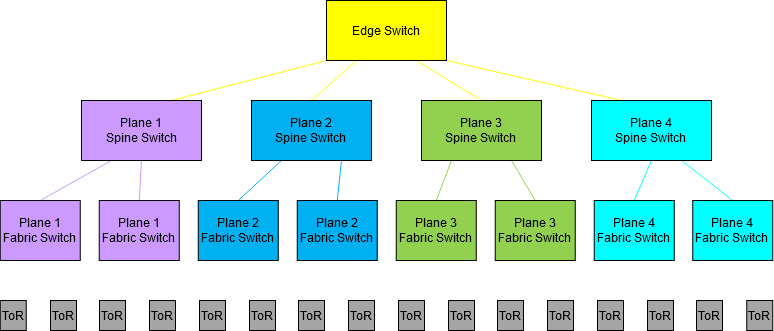
Before: google-facebook-dcn/images/Facebook_2d_abstract.png, a diagram exported from draw.io (pantelis/cs652-1). Source tidied: cells renumbered, new cells last; positions are measured from the earlier drawing's top-left corner, leaving out a move shared by most shapes. The source it was exported from:
```xml
<mxGraphModel>
  <root>
    <mxCell id="0" />
    <mxCell id="1" parent="0" />
    <mxCell id="2" style="rounded=0;jettySize=auto;html=1;exitX=0;exitY=1;exitDx=0;exitDy=0;entryX=0.75;entryY=0;entryDx=0;entryDy=0;endArrow=none;endFill=0;strokeColor=#FFFE00;" parent="1" edge="1" source="6" target="9">
      <mxGeometry relative="1" as="geometry" />
    </mxCell>
    <mxCell id="3" style="edgeStyle=none;rounded=0;jettySize=auto;html=1;exitX=0.25;exitY=1;exitDx=0;exitDy=0;entryX=0.5;entryY=0;entryDx=0;entryDy=0;endArrow=none;endFill=0;strokeColor=#FFFE00;" parent="1" edge="1" source="6" target="12">
      <mxGeometry relative="1" as="geometry" />
    </mxCell>
    <mxCell id="4" style="rounded=0;jettySize=auto;html=1;exitX=0.75;exitY=1;exitDx=0;exitDy=0;entryX=0.5;entryY=0;entryDx=0;entryDy=0;endArrow=none;endFill=0;strokeColor=#FFFE00;" parent="1" edge="1" source="6" target="15">
      <mxGeometry relative="1" as="geometry" />
    </mxCell>
    <mxCell id="5" style="rounded=0;jettySize=auto;html=1;exitX=1;exitY=1;exitDx=0;exitDy=0;entryX=0.25;entryY=0;entryDx=0;entryDy=0;endArrow=none;endFill=0;strokeColor=#FFFE00;" parent="1" edge="1" source="6" target="18">
      <mxGeometry relative="1" as="geometry" />
    </mxCell>
    <mxCell id="6" value="Edge Switch" style="rounded=0;whiteSpace=wrap;html=1;fillColor=#FFFE00;" parent="1" vertex="1">
      <mxGeometry x="326" width="120" height="60" as="geometry" />
    </mxCell>
    <mxCell id="7" style="rounded=0;jettySize=auto;html=1;exitX=0.25;exitY=1;exitDx=0;exitDy=0;entryX=0.5;entryY=0;entryDx=0;entryDy=0;endArrow=none;endFill=0;strokeColor=#CC99FE;" parent="1" edge="1" source="9" target="19">
      <mxGeometry relative="1" as="geometry" />
    </mxCell>
    <mxCell id="8" style="rounded=0;jettySize=auto;html=1;exitX=0.5;exitY=1;exitDx=0;exitDy=0;entryX=0.5;entryY=0;entryDx=0;entryDy=0;endArrow=none;endFill=0;strokeColor=#CC99FE;" parent="1" edge="1" source="9" target="20">
      <mxGeometry relative="1" as="geometry" />
    </mxCell>
    <mxCell id="9" value="&lt;div&gt;Plane 1&lt;br&gt;&lt;/div&gt;&lt;div&gt;Spine Switch&lt;/div&gt;" style="rounded=0;whiteSpace=wrap;html=1;fillColor=#CC99FE;" parent="1" vertex="1">
      <mxGeometry x="81" y="100" width="120" height="60" as="geometry" />
    </mxCell>
    <mxCell id="10" style="rounded=0;jettySize=auto;html=1;exitX=0.25;exitY=1;exitDx=0;exitDy=0;entryX=0.5;entryY=0;entryDx=0;entryDy=0;endArrow=none;endFill=0;strokeColor=#00B0F1;" parent="1" edge="1" source="12" target="21">
      <mxGeometry relative="1" as="geometry" />
    </mxCell>
    <mxCell id="11" style="rounded=0;jettySize=auto;html=1;exitX=0.75;exitY=1;exitDx=0;exitDy=0;entryX=0.5;entryY=0;entryDx=0;entryDy=0;endArrow=none;endFill=0;strokeColor=#00B0F1;" parent="1" edge="1" source="12" target="22">
      <mxGeometry relative="1" as="geometry" />
    </mxCell>
    <mxCell id="12" value="&lt;div&gt;Plane 2&lt;/div&gt;&lt;div&gt;Spine Switch&lt;br&gt;&lt;/div&gt;" style="rounded=0;whiteSpace=wrap;html=1;fillColor=#00B0F1;" parent="1" vertex="1">
      <mxGeometry x="251" y="100" width="120" height="60" as="geometry" />
    </mxCell>
    <mxCell id="13" style="rounded=0;jettySize=auto;html=1;exitX=0.25;exitY=1;exitDx=0;exitDy=0;entryX=0.5;entryY=0;entryDx=0;entryDy=0;endArrow=none;endFill=0;strokeColor=#91D14F;" parent="1" edge="1" source="15" target="23">
      <mxGeometry relative="1" as="geometry" />
    </mxCell>
    <mxCell id="14" style="edgeStyle=none;rounded=0;jettySize=auto;html=1;exitX=0.75;exitY=1;exitDx=0;exitDy=0;entryX=0.5;entryY=0;entryDx=0;entryDy=0;endArrow=none;endFill=0;strokeColor=#91D14F;" parent="1" edge="1" source="15" target="24">
      <mxGeometry relative="1" as="geometry" />
    </mxCell>
    <mxCell id="15" value="&lt;div&gt;Plane 3&lt;/div&gt;&lt;div&gt;Spine Switch&lt;br&gt;&lt;/div&gt;" style="rounded=0;whiteSpace=wrap;html=1;fillColor=#91D14F;" parent="1" vertex="1">
      <mxGeometry x="421" y="100" width="120" height="60" as="geometry" />
    </mxCell>
    <mxCell id="16" style="rounded=0;jettySize=auto;html=1;exitX=0.5;exitY=1;exitDx=0;exitDy=0;entryX=0.5;entryY=0;entryDx=0;entryDy=0;endArrow=none;endFill=0;strokeColor=#00FFFF;" parent="1" edge="1" source="18" target="25">
      <mxGeometry relative="1" as="geometry" />
    </mxCell>
    <mxCell id="17" style="rounded=0;jettySize=auto;html=1;exitX=0.75;exitY=1;exitDx=0;exitDy=0;entryX=0.5;entryY=0;entryDx=0;entryDy=0;endArrow=none;endFill=0;strokeColor=#00FFFF;" parent="1" edge="1" source="18" target="26">
      <mxGeometry relative="1" as="geometry" />
    </mxCell>
    <mxCell id="18" value="&lt;div&gt;Plane 4&lt;/div&gt;&lt;div&gt;Spine Switch&lt;br&gt;&lt;/div&gt;" style="rounded=0;whiteSpace=wrap;html=1;fillColor=#00FFFF;" parent="1" vertex="1">
      <mxGeometry x="591" y="100" width="120" height="60" as="geometry" />
    </mxCell>
    <mxCell id="19" value="&lt;div&gt;Plane 1&lt;br&gt;&lt;/div&gt;&lt;div&gt;Fabric Switch&lt;br&gt;&lt;/div&gt;" style="rounded=0;whiteSpace=wrap;html=1;fillColor=#CC99FE;" parent="1" vertex="1">
      <mxGeometry x="-0.2" y="200" width="80" height="60" as="geometry" />
    </mxCell>
    <mxCell id="20" value="&lt;div&gt;Plane 1&lt;br&gt;&lt;/div&gt;&lt;div&gt;Fabric Switch&lt;br&gt;&lt;/div&gt;" style="rounded=0;whiteSpace=wrap;html=1;fillColor=#CC99FE;" parent="1" vertex="1">
      <mxGeometry x="98.8" y="200" width="80" height="60" as="geometry" />
    </mxCell>
    <mxCell id="21" value="&lt;div&gt;Plane 2&lt;br&gt;&lt;/div&gt;&lt;div&gt;Fabric Switch&lt;br&gt;&lt;/div&gt;" style="rounded=0;whiteSpace=wrap;html=1;fillColor=#00B0F1;" parent="1" vertex="1">
      <mxGeometry x="197.8" y="200" width="80" height="60" as="geometry" />
    </mxCell>
    <mxCell id="22" value="&lt;div&gt;Plane 2&lt;br&gt;&lt;/div&gt;&lt;div&gt;Fabric Switch&lt;br&gt;&lt;/div&gt;" style="rounded=0;whiteSpace=wrap;html=1;fillColor=#00B0F1;" parent="1" vertex="1">
      <mxGeometry x="296.8" y="200" width="80" height="60" as="geometry" />
    </mxCell>
    <mxCell id="23" value="&lt;div&gt;Plane 3&lt;br&gt;&lt;/div&gt;&lt;div&gt;Fabric Switch&lt;br&gt;&lt;/div&gt;" style="rounded=0;whiteSpace=wrap;html=1;fillColor=#91D14F;" parent="1" vertex="1">
      <mxGeometry x="395.8" y="200" width="80" height="60" as="geometry" />
    </mxCell>
    <mxCell id="24" value="&lt;div&gt;Plane 3&lt;br&gt;&lt;/div&gt;&lt;div&gt;Fabric Switch&lt;br&gt;&lt;/div&gt;" style="rounded=0;whiteSpace=wrap;html=1;fillColor=#91D14F;" parent="1" vertex="1">
      <mxGeometry x="494.8" y="200" width="80" height="60" as="geometry" />
    </mxCell>
    <mxCell id="25" value="&lt;div&gt;Plane 4&lt;br&gt;&lt;/div&gt;&lt;div&gt;Fabric Switch&lt;br&gt;&lt;/div&gt;" style="rounded=0;whiteSpace=wrap;html=1;fillColor=#00FFFF;" parent="1" vertex="1">
      <mxGeometry x="593.8" y="200" width="80" height="60" as="geometry" />
    </mxCell>
    <mxCell id="26" value="&lt;div&gt;Plane 4&lt;br&gt;&lt;/div&gt;&lt;div&gt;Fabric Switch&lt;br&gt;&lt;/div&gt;" style="rounded=0;whiteSpace=wrap;html=1;fillColor=#00FFFF;" parent="1" vertex="1">
      <mxGeometry x="692.2" y="200" width="80" height="60" as="geometry" />
    </mxCell>
    <mxCell id="27" value="ToR" style="rounded=0;whiteSpace=wrap;html=1;fillColor=#A5A5A5;" parent="1" vertex="1">
      <mxGeometry x="-0.2" y="300" width="26" height="30" as="geometry" />
    </mxCell>
    <mxCell id="28" value="ToR" style="rounded=0;whiteSpace=wrap;html=1;fillColor=#A5A5A5;" parent="1" vertex="1">
      <mxGeometry x="50" y="300" width="26" height="30" as="geometry" />
    </mxCell>
    <mxCell id="29" value="ToR" style="rounded=0;whiteSpace=wrap;html=1;fillColor=#A5A5A5;" parent="1" vertex="1">
      <mxGeometry x="99" y="300" width="26" height="30" as="geometry" />
    </mxCell>
    <mxCell id="30" value="ToR" style="rounded=0;whiteSpace=wrap;html=1;fillColor=#A5A5A5;" parent="1" vertex="1">
      <mxGeometry x="149" y="300" width="26" height="30" as="geometry" />
    </mxCell>
    <mxCell id="31" value="ToR" style="rounded=0;whiteSpace=wrap;html=1;fillColor=#A5A5A5;" parent="1" vertex="1">
      <mxGeometry x="199" y="300" width="26" height="30" as="geometry" />
    </mxCell>
    <mxCell id="32" value="ToR" style="rounded=0;whiteSpace=wrap;html=1;fillColor=#A5A5A5;" parent="1" vertex="1">
      <mxGeometry x="249" y="300" width="26" height="30" as="geometry" />
    </mxCell>
    <mxCell id="33" value="ToR" style="rounded=0;whiteSpace=wrap;html=1;fillColor=#A5A5A5;" parent="1" vertex="1">
      <mxGeometry x="298" y="300" width="26" height="30" as="geometry" />
    </mxCell>
    <mxCell id="34" value="ToR" style="rounded=0;whiteSpace=wrap;html=1;fillColor=#A5A5A5;" parent="1" vertex="1">
      <mxGeometry x="348" y="300" width="26" height="30" as="geometry" />
    </mxCell>
    <mxCell id="35" value="ToR" style="rounded=0;whiteSpace=wrap;html=1;fillColor=#A5A5A5;" parent="1" vertex="1">
      <mxGeometry x="398" y="300" width="26" height="30" as="geometry" />
    </mxCell>
    <mxCell id="36" value="ToR" style="rounded=0;whiteSpace=wrap;html=1;fillColor=#A5A5A5;" parent="1" vertex="1">
      <mxGeometry x="448" y="300" width="26" height="30" as="geometry" />
    </mxCell>
    <mxCell id="37" value="ToR" style="rounded=0;whiteSpace=wrap;html=1;fillColor=#A5A5A5;" parent="1" vertex="1">
      <mxGeometry x="497" y="300" width="26" height="30" as="geometry" />
    </mxCell>
    <mxCell id="38" value="ToR" style="rounded=0;whiteSpace=wrap;html=1;fillColor=#A5A5A5;" parent="1" vertex="1">
      <mxGeometry x="547" y="300" width="26" height="30" as="geometry" />
    </mxCell>
    <mxCell id="39" value="ToR" style="rounded=0;whiteSpace=wrap;html=1;fillColor=#A5A5A5;" parent="1" vertex="1">
      <mxGeometry x="597" y="300" width="26" height="30" as="geometry" />
    </mxCell>
    <mxCell id="40" value="ToR" style="rounded=0;whiteSpace=wrap;html=1;fillColor=#A5A5A5;" parent="1" vertex="1">
      <mxGeometry x="647" y="300" width="26" height="30" as="geometry" />
    </mxCell>
    <mxCell id="41" value="ToR" style="rounded=0;whiteSpace=wrap;html=1;fillColor=#A5A5A5;" parent="1" vertex="1">
      <mxGeometry x="696" y="300" width="26" height="30" as="geometry" />
    </mxCell>
    <mxCell id="42" value="ToR" style="rounded=0;whiteSpace=wrap;html=1;fillColor=#A5A5A5;" parent="1" vertex="1">
      <mxGeometry x="746.2" y="300" width="26" height="30" as="geometry" />
    </mxCell>
  </root>
</mxGraphModel>
```
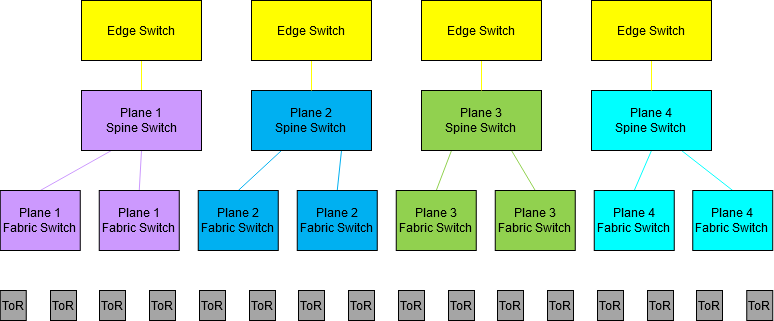
The same file after the commit.

Diff of the diagram source:
```diff
@@ -2,20 +2,11 @@
   <root>
     <mxCell id="0" />
     <mxCell id="1" parent="0" />
-    <mxCell id="2" style="rounded=0;jettySize=auto;html=1;exitX=0;exitY=1;exitDx=0;exitDy=0;entryX=0.75;entryY=0;entryDx=0;entryDy=0;endArrow=none;endFill=0;strokeColor=#FFFE00;" parent="1" edge="1" source="6" target="9">
+    <mxCell id="2" style="rounded=0;jettySize=auto;html=1;exitX=0.5;exitY=1;exitDx=0;exitDy=0;entryX=0.5;entryY=0;entryDx=0;entryDy=0;endArrow=none;endFill=0;strokeColor=#FFFE00;" parent="1" edge="1" source="6" target="9">
       <mxGeometry relative="1" as="geometry" />
     </mxCell>
-    <mxCell id="3" style="edgeStyle=none;rounded=0;jettySize=auto;html=1;exitX=0.25;exitY=1;exitDx=0;exitDy=0;entryX=0.5;entryY=0;entryDx=0;entryDy=0;endArrow=none;endFill=0;strokeColor=#FFFE00;" parent="1" edge="1" source="6" target="12">
-      <mxGeometry relative="1" as="geometry" />
-    </mxCell>
-    <mxCell id="4" style="rounded=0;jettySize=auto;html=1;exitX=0.75;exitY=1;exitDx=0;exitDy=0;entryX=0.5;entryY=0;entryDx=0;entryDy=0;endArrow=none;endFill=0;strokeColor=#FFFE00;" parent="1" edge="1" source="6" target="15">
-      <mxGeometry relative="1" as="geometry" />
-    </mxCell>
-    <mxCell id="5" style="rounded=0;jettySize=auto;html=1;exitX=1;exitY=1;exitDx=0;exitDy=0;entryX=0.25;entryY=0;entryDx=0;entryDy=0;endArrow=none;endFill=0;strokeColor=#FFFE00;" parent="1" edge="1" source="6" target="18">
-      <mxGeometry relative="1" as="geometry" />
-    </mxCell>
     <mxCell id="6" value="Edge Switch" style="rounded=0;whiteSpace=wrap;html=1;fillColor=#FFFE00;" parent="1" vertex="1">
-      <mxGeometry x="326" width="120" height="60" as="geometry" />
+      <mxGeometry x="81" y="10" width="120" height="60" as="geometry" />
     </mxCell>
     <mxCell id="7" style="rounded=0;jettySize=auto;html=1;exitX=0.25;exitY=1;exitDx=0;exitDy=0;entryX=0.5;entryY=0;entryDx=0;entryDy=0;endArrow=none;endFill=0;strokeColor=#CC99FE;" parent="1" edge="1" source="9" target="19">
       <mxGeometry relative="1" as="geometry" />
@@ -125,5 +116,23 @@
     <mxCell id="42" value="ToR" style="rounded=0;whiteSpace=wrap;html=1;fillColor=#A5A5A5;" parent="1" vertex="1">
       <mxGeometry x="746.2" y="300" width="26" height="30" as="geometry" />
     </mxCell>
+    <mxCell id="43" style="edgeStyle=none;rounded=0;jettySize=auto;html=1;exitX=0.5;exitY=1;exitDx=0;exitDy=0;entryX=0.5;entryY=0;entryDx=0;entryDy=0;endArrow=none;endFill=0;strokeColor=#FFFE00;" parent="1" edge="1" source="44" target="12">
+      <mxGeometry relative="1" as="geometry" />
+    </mxCell>
+    <mxCell id="44" value="Edge Switch" style="rounded=0;whiteSpace=wrap;html=1;fillColor=#FFFE00;" parent="1" vertex="1">
+      <mxGeometry x="251" y="10" width="120" height="60" as="geometry" />
+    </mxCell>
+    <mxCell id="45" style="edgeStyle=none;rounded=0;jettySize=auto;html=1;exitX=0.5;exitY=1;exitDx=0;exitDy=0;entryX=0.5;entryY=0;entryDx=0;entryDy=0;endArrow=none;endFill=0;strokeColor=#FFFE00;" parent="1" edge="1" source="46" target="15">
+      <mxGeometry relative="1" as="geometry" />
+    </mxCell>
+    <mxCell id="46" value="Edge Switch" style="rounded=0;whiteSpace=wrap;html=1;fillColor=#FFFE00;" parent="1" vertex="1">
+      <mxGeometry x="421" y="10" width="120" height="60" as="geometry" />
+    </mxCell>
+    <mxCell id="47" style="edgeStyle=none;rounded=0;jettySize=auto;html=1;exitX=0.5;exitY=1;exitDx=0;exitDy=0;entryX=0.5;entryY=0;entryDx=0;entryDy=0;endArrow=none;endFill=0;strokeColor=#FFFE00;" parent="1" edge="1" source="48" target="18">
+      <mxGeometry relative="1" as="geometry" />
+    </mxCell>
+    <mxCell id="48" value="Edge Switch" style="rounded=0;whiteSpace=wrap;html=1;fillColor=#FFFE00;" parent="1" vertex="1">
+      <mxGeometry x="591" y="10" width="120" height="60" as="geometry" />
+    </mxCell>
   </root>
 </mxGraphModel>
```
